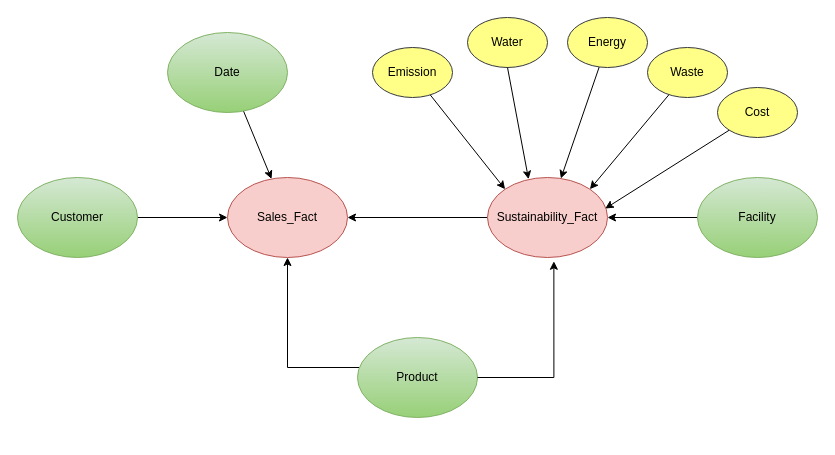
sakib7/ml-project-versioning keeps this draw.io diagram as sales-model.drawio. Above is the earlier version. Source tidied: cells renumbered, new cells numbered last; positions are measured from the earlier drawing's top-left corner, leaving out a move shared by most shapes. Both pictures are drawn from the tidied source at 100%, with x=0, y=0 at pixel (17, 17).
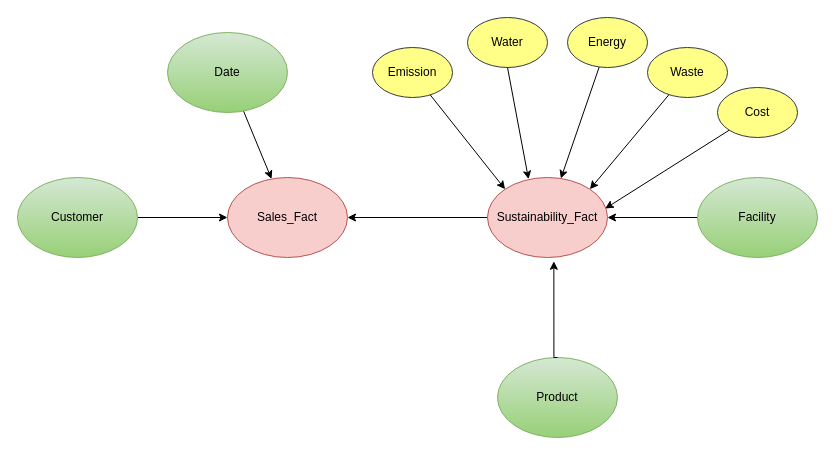
Above is the later version.

Unchanged cells that the change refers to:
```xml
<mxCell id="2" value="Sales_Fact" style="ellipse;whiteSpace=wrap;html=1;fillColor=#f8cecc;strokeColor=#b85450;" parent="1" vertex="1">
  <mxGeometry x="210" y="160" width="120" height="80" as="geometry" />
</mxCell>
<mxCell id="4" value="Sustainability_Fact" style="ellipse;whiteSpace=wrap;html=1;fillColor=#f8cecc;strokeColor=#b85450;" parent="1" vertex="1">
  <mxGeometry x="470" y="160" width="120" height="80" as="geometry" />
</mxCell>
```

Change to the diagram source:
```diff
@@
-    <mxCell id="5" style="edgeStyle=orthogonalEdgeStyle;rounded=0;jettySize=auto;html=1;entryX=0.5;entryY=1;entryDx=0;entryDy=0;" parent="1" edge="1" source="6" target="2">
-      <mxGeometry relative="1" as="geometry">
-        <Array as="points">
-          <mxPoint x="270" y="350" />
-        </Array>
-      </mxGeometry>
-    </mxCell>
     <mxCell id="6" value="Product" style="ellipse;whiteSpace=wrap;html=1;fillColor=#d5e8d4;strokeColor=#82b366;gradientColor=#97d077;" parent="1" vertex="1">
-      <mxGeometry x="340" y="320" width="120" height="80" as="geometry" />
+      <mxGeometry x="480" y="340" width="120" height="80" as="geometry" />
     </mxCell>
-    <mxCell id="7" style="edgeStyle=orthogonalEdgeStyle;rounded=0;jettySize=auto;html=1;entryX=0.553;entryY=1.047;entryDx=0;entryDy=0;entryPerimeter=0;" parent="1" edge="1" source="6" target="4">
-      <mxGeometry relative="1" as="geometry" />
+    <mxCell id="7" style="edgeStyle=orthogonalEdgeStyle;rounded=0;jettySize=auto;html=1;entryX=0.553;entryY=1.047;entryDx=0;entryDy=0;entryPerimeter=0;exitX=0.5;exitY=0;exitDx=0;exitDy=0;" parent="1" edge="1" source="6" target="4">
+      <mxGeometry relative="1" as="geometry">
+        <Array as="points">
+          <mxPoint x="536" y="340" />
+        </Array>
+      </mxGeometry>
     </mxCell>
```
